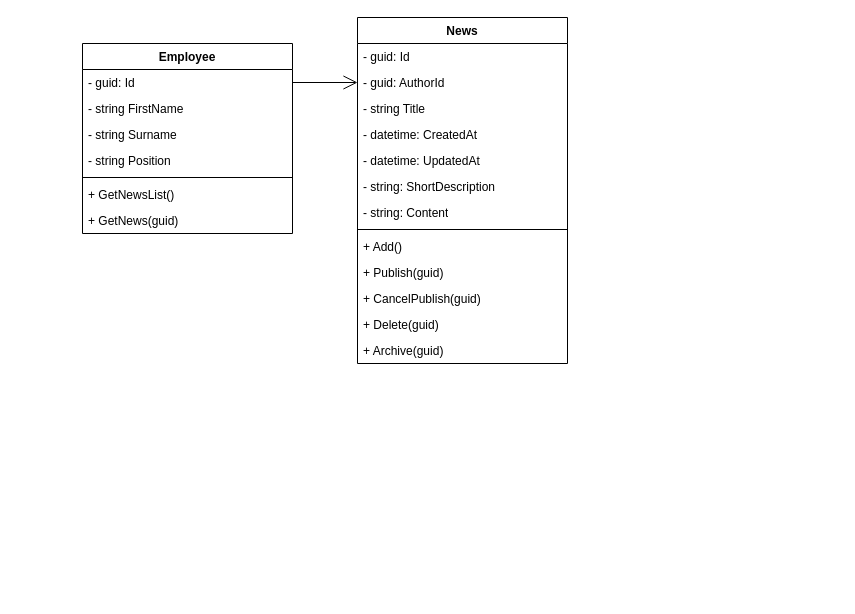
This is Description/Newsfeed/NewsFeedClassDiagram.drawio from Fox5113/corporate-social-system, a draw.io file, before an edit. Source tidied: cells renumbered, new cells numbered last; positions are measured from the earlier drawing's top-left corner, leaving out a move shared by most shapes. Both pictures are drawn from the tidied source at 100%, with x=0, y=0 at pixel (82, 17).
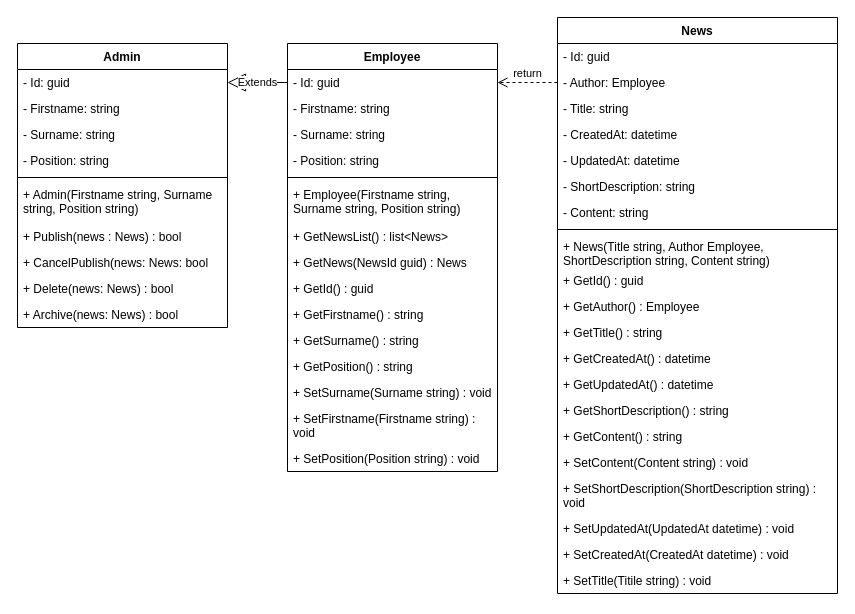
The same diagram, later.

The edit, as a diff of the source:
```diff
@@
     <mxCell id="2" value="Employee" style="swimlane;fontStyle=1;align=center;verticalAlign=top;horizontal=1;startSize=26;whiteSpace=wrap;html=1;" parent="1" vertex="1">
-      <mxGeometry y="26" width="210" height="190" as="geometry" />
+      <mxGeometry x="205" y="26" width="210" height="428" as="geometry" />
     </mxCell>
-    <mxCell id="3" value="- guid: Id" style="text;strokeColor=none;fillColor=none;align=left;verticalAlign=top;spacingLeft=4;spacingRight=4;overflow=hidden;points=[[0,0.5],[1,0.5]];portConstraint=eastwest;whiteSpace=wrap;html=1;" parent="2" vertex="1">
+    <mxCell id="3" value="- Id: guid" style="text;strokeColor=none;fillColor=none;align=left;verticalAlign=top;spacingLeft=4;spacingRight=4;overflow=hidden;points=[[0,0.5],[1,0.5]];portConstraint=eastwest;whiteSpace=wrap;html=1;" parent="2" vertex="1">
       <mxGeometry y="26" width="210" height="26" as="geometry" />
     </mxCell>
-    <mxCell id="4" value="- string FirstName" style="text;strokeColor=none;fillColor=none;align=left;verticalAlign=top;spacingLeft=4;spacingRight=4;overflow=hidden;whiteSpace=wrap;html=1;" parent="2" vertex="1">
+    <mxCell id="4" value="- Firstname: string" style="text;strokeColor=none;fillColor=none;align=left;verticalAlign=top;spacingLeft=4;spacingRight=4;overflow=hidden;whiteSpace=wrap;html=1;" parent="2" vertex="1">
       <mxGeometry y="52" width="210" height="26" as="geometry" />
     </mxCell>
-    <mxCell id="5" value="- string Surname" style="text;strokeColor=none;fillColor=none;align=left;verticalAlign=top;spacingLeft=4;spacingRight=4;overflow=hidden;whiteSpace=wrap;html=1;" parent="2" vertex="1">
+    <mxCell id="5" value="- Surname: string" style="text;strokeColor=none;fillColor=none;align=left;verticalAlign=top;spacingLeft=4;spacingRight=4;overflow=hidden;whiteSpace=wrap;html=1;" parent="2" vertex="1">
       <mxGeometry y="78" width="210" height="26" as="geometry" />
     </mxCell>
-    <mxCell id="6" value="- string Position" style="text;strokeColor=none;fillColor=none;align=left;verticalAlign=top;spacingLeft=4;spacingRight=4;overflow=hidden;whiteSpace=wrap;html=1;" parent="2" vertex="1">
+    <mxCell id="6" value="- Position: string" style="text;strokeColor=none;fillColor=none;align=left;verticalAlign=top;spacingLeft=4;spacingRight=4;overflow=hidden;whiteSpace=wrap;html=1;" parent="2" vertex="1">
       <mxGeometry y="104" width="210" height="26" as="geometry" />
     </mxCell>
@@
-    <mxCell id="8" value="+ GetNewsList()" style="text;strokeColor=none;fillColor=none;align=left;verticalAlign=top;spacingLeft=4;spacingRight=4;overflow=hidden;whiteSpace=wrap;html=1;" parent="2" vertex="1">
-      <mxGeometry y="138" width="210" height="26" as="geometry" />
+    <mxCell id="8" value="+ Employee(Firstname string, Surname string, Position string)" style="text;strokeColor=none;fillColor=none;align=left;verticalAlign=top;spacingLeft=4;spacingRight=4;overflow=hidden;whiteSpace=wrap;html=1;" parent="2" vertex="1">
+      <mxGeometry y="138" width="210" height="42" as="geometry" />
     </mxCell>
+    <mxCell id="25" value="+ GetNewsList() : list&amp;lt;News&amp;gt;" style="text;strokeColor=none;fillColor=none;align=left;verticalAlign=top;spacingLeft=4;spacingRight=4;overflow=hidden;whiteSpace=wrap;html=1;" parent="2" vertex="1">
+      <mxGeometry y="180" width="210" height="26" as="geometry" />
+    </mxCell>
-    <mxCell id="9" value="+ GetNews(guid)" style="text;strokeColor=none;fillColor=none;align=left;verticalAlign=top;spacingLeft=4;spacingRight=4;overflow=hidden;whiteSpace=wrap;html=1;" parent="2" vertex="1">
-      <mxGeometry y="164" width="210" height="26" as="geometry" />
+    <mxCell id="9" value="+ GetNews(NewsId guid) : News" style="text;strokeColor=none;fillColor=none;align=left;verticalAlign=top;spacingLeft=4;spacingRight=4;overflow=hidden;whiteSpace=wrap;html=1;" parent="2" vertex="1">
+      <mxGeometry y="206" width="210" height="26" as="geometry" />
     </mxCell>
+    <mxCell id="26" value="+ GetId() : guid" style="text;strokeColor=none;fillColor=none;align=left;verticalAlign=top;spacingLeft=4;spacingRight=4;overflow=hidden;whiteSpace=wrap;html=1;" parent="2" vertex="1">
+      <mxGeometry y="232" width="210" height="26" as="geometry" />
+    </mxCell>
+    <mxCell id="27" value="+ GetFirstname() : string" style="text;strokeColor=none;fillColor=none;align=left;verticalAlign=top;spacingLeft=4;spacingRight=4;overflow=hidden;whiteSpace=wrap;html=1;" parent="2" vertex="1">
+      <mxGeometry y="258" width="210" height="26" as="geometry" />
+    </mxCell>
+    <mxCell id="28" value="+ GetSurname() : string" style="text;strokeColor=none;fillColor=none;align=left;verticalAlign=top;spacingLeft=4;spacingRight=4;overflow=hidden;whiteSpace=wrap;html=1;" parent="2" vertex="1">
+      <mxGeometry y="284" width="210" height="26" as="geometry" />
+    </mxCell>
+    <mxCell id="29" value="+ GetPosition() : string" style="text;strokeColor=none;fillColor=none;align=left;verticalAlign=top;spacingLeft=4;spacingRight=4;overflow=hidden;whiteSpace=wrap;html=1;" parent="2" vertex="1">
+      <mxGeometry y="310" width="210" height="26" as="geometry" />
+    </mxCell>
+    <mxCell id="30" value="+ SetSurname(Surname string) : void" style="text;strokeColor=none;fillColor=none;align=left;verticalAlign=top;spacingLeft=4;spacingRight=4;overflow=hidden;whiteSpace=wrap;html=1;" parent="2" vertex="1">
+      <mxGeometry y="336" width="210" height="26" as="geometry" />
+    </mxCell>
+    <mxCell id="31" value="+ SetFirstname(Firstname string) : void" style="text;strokeColor=none;fillColor=none;align=left;verticalAlign=top;spacingLeft=4;spacingRight=4;overflow=hidden;whiteSpace=wrap;html=1;" parent="2" vertex="1">
+      <mxGeometry y="362" width="210" height="40" as="geometry" />
+    </mxCell>
+    <mxCell id="32" value="+ SetPosition(Position string) : void" style="text;strokeColor=none;fillColor=none;align=left;verticalAlign=top;spacingLeft=4;spacingRight=4;overflow=hidden;whiteSpace=wrap;html=1;" parent="2" vertex="1">
+      <mxGeometry y="402" width="210" height="26" as="geometry" />
+    </mxCell>
     <mxCell id="10" value="News" style="swimlane;fontStyle=1;align=center;verticalAlign=top;horizontal=1;startSize=26;whiteSpace=wrap;html=1;" parent="1" vertex="1">
-      <mxGeometry x="275" width="210" height="346" as="geometry" />
+      <mxGeometry x="475" width="280" height="576" as="geometry" />
     </mxCell>
-    <mxCell id="11" value="- guid: Id" style="text;strokeColor=none;fillColor=none;align=left;verticalAlign=top;spacingLeft=4;spacingRight=4;overflow=hidden;whiteSpace=wrap;html=1;" parent="10" vertex="1">
-      <mxGeometry y="26" width="210" height="26" as="geometry" />
+    <mxCell id="11" value="- Id: guid" style="text;strokeColor=none;fillColor=none;align=left;verticalAlign=top;spacingLeft=4;spacingRight=4;overflow=hidden;whiteSpace=wrap;html=1;" parent="10" vertex="1">
+      <mxGeometry y="26" width="280" height="26" as="geometry" />
     </mxCell>
-    <mxCell id="12" value="- guid: AuthorId" style="text;strokeColor=none;fillColor=none;align=left;verticalAlign=top;spacingLeft=4;spacingRight=4;overflow=hidden;points=[[0,0.5],[1,0.5]];portConstraint=eastwest;whiteSpace=wrap;html=1;" parent="10" vertex="1">
-      <mxGeometry y="52" width="210" height="26" as="geometry" />
+    <mxCell id="12" value="- Author: Employee" style="text;strokeColor=none;fillColor=none;align=left;verticalAlign=top;spacingLeft=4;spacingRight=4;overflow=hidden;points=[[0,0.5],[1,0.5]];portConstraint=eastwest;whiteSpace=wrap;html=1;" parent="10" vertex="1">
+      <mxGeometry y="52" width="280" height="26" as="geometry" />
     </mxCell>
-    <mxCell id="13" value="- string Title" style="text;strokeColor=none;fillColor=none;align=left;verticalAlign=top;spacingLeft=4;spacingRight=4;overflow=hidden;whiteSpace=wrap;html=1;" parent="10" vertex="1">
-      <mxGeometry y="78" width="210" height="26" as="geometry" />
+    <mxCell id="13" value="- Title: string" style="text;strokeColor=none;fillColor=none;align=left;verticalAlign=top;spacingLeft=4;spacingRight=4;overflow=hidden;whiteSpace=wrap;html=1;" parent="10" vertex="1">
+      <mxGeometry y="78" width="280" height="26" as="geometry" />
     </mxCell>
-    <mxCell id="14" value="- datetime: CreatedAt" style="text;strokeColor=none;fillColor=none;align=left;verticalAlign=top;spacingLeft=4;spacingRight=4;overflow=hidden;whiteSpace=wrap;html=1;" parent="10" vertex="1">
-      <mxGeometry y="104" width="210" height="26" as="geometry" />
+    <mxCell id="14" value="- CreatedAt: datetime" style="text;strokeColor=none;fillColor=none;align=left;verticalAlign=top;spacingLeft=4;spacingRight=4;overflow=hidden;whiteSpace=wrap;html=1;" parent="10" vertex="1">
+      <mxGeometry y="104" width="280" height="26" as="geometry" />
     </mxCell>
-    <mxCell id="15" value="- datetime: UpdatedAt" style="text;strokeColor=none;fillColor=none;align=left;verticalAlign=top;spacingLeft=4;spacingRight=4;overflow=hidden;whiteSpace=wrap;html=1;" parent="10" vertex="1">
-      <mxGeometry y="130" width="210" height="26" as="geometry" />
+    <mxCell id="15" value="- UpdatedAt: datetime" style="text;strokeColor=none;fillColor=none;align=left;verticalAlign=top;spacingLeft=4;spacingRight=4;overflow=hidden;whiteSpace=wrap;html=1;" parent="10" vertex="1">
+      <mxGeometry y="130" width="280" height="26" as="geometry" />
     </mxCell>
-    <mxCell id="16" value="- string: ShortDescription" style="text;strokeColor=none;fillColor=none;align=left;verticalAlign=top;spacingLeft=4;spacingRight=4;overflow=hidden;whiteSpace=wrap;html=1;" parent="10" vertex="1">
-      <mxGeometry y="156" width="210" height="26" as="geometry" />
+    <mxCell id="16" value="- ShortDescription: string" style="text;strokeColor=none;fillColor=none;align=left;verticalAlign=top;spacingLeft=4;spacingRight=4;overflow=hidden;whiteSpace=wrap;html=1;" parent="10" vertex="1">
+      <mxGeometry y="156" width="280" height="26" as="geometry" />
     </mxCell>
-    <mxCell id="17" value="- string: Content" style="text;strokeColor=none;fillColor=none;align=left;verticalAlign=top;spacingLeft=4;spacingRight=4;overflow=hidden;whiteSpace=wrap;html=1;" parent="10" vertex="1">
-      <mxGeometry y="182" width="210" height="26" as="geometry" />
+    <mxCell id="17" value="- Content: string" style="text;strokeColor=none;fillColor=none;align=left;verticalAlign=top;spacingLeft=4;spacingRight=4;overflow=hidden;whiteSpace=wrap;html=1;" parent="10" vertex="1">
+      <mxGeometry y="182" width="280" height="26" as="geometry" />
     </mxCell>
     <mxCell id="18" style="line;strokeWidth=1;fillColor=none;align=left;verticalAlign=middle;spacingTop=-1;spacingLeft=3;spacingRight=3;labelPosition=right;strokeColor=inherit;" parent="10" vertex="1">
-      <mxGeometry y="208" width="210" height="8" as="geometry" />
+      <mxGeometry y="208" width="280" height="8" as="geometry" />
     </mxCell>
-    <mxCell id="19" value="+ Add()&lt;br&gt;" style="text;strokeColor=none;fillColor=none;align=left;verticalAlign=top;spacingLeft=4;spacingRight=4;overflow=hidden;whiteSpace=wrap;html=1;" parent="10" vertex="1">
-      <mxGeometry y="216" width="210" height="26" as="geometry" />
+    <mxCell id="19" value="+ News(Title string, Author Employee, ShortDescription string, Content string)" style="text;strokeColor=none;fillColor=none;align=left;verticalAlign=top;spacingLeft=4;spacingRight=4;overflow=hidden;whiteSpace=wrap;html=1;" parent="10" vertex="1">
+      <mxGeometry y="216" width="280" height="34" as="geometry" />
     </mxCell>
-    <mxCell id="20" value="+ Publish(guid)" style="text;strokeColor=none;fillColor=none;align=left;verticalAlign=top;spacingLeft=4;spacingRight=4;overflow=hidden;whiteSpace=wrap;html=1;" parent="10" vertex="1">
-      <mxGeometry y="242" width="210" height="26" as="geometry" />
-    </mxCell>
-    <mxCell id="21" value="+ CancelPublish(guid)&amp;nbsp;" style="text;strokeColor=none;fillColor=none;align=left;verticalAlign=top;spacingLeft=4;spacingRight=4;overflow=hidden;whiteSpace=wrap;html=1;" parent="10" vertex="1">
-      <mxGeometry y="268" width="210" height="26" as="geometry" />
-    </mxCell>
-    <mxCell id="22" value="+ Delete(guid)&amp;nbsp;" style="text;strokeColor=none;fillColor=none;align=left;verticalAlign=top;spacingLeft=4;spacingRight=4;overflow=hidden;whiteSpace=wrap;html=1;" parent="10" vertex="1">
-      <mxGeometry y="294" width="210" height="26" as="geometry" />
-    </mxCell>
-    <mxCell id="23" value="+ Archive(guid)" style="text;strokeColor=none;fillColor=none;align=left;verticalAlign=top;spacingLeft=4;spacingRight=4;overflow=hidden;whiteSpace=wrap;html=1;" parent="10" vertex="1">
-      <mxGeometry y="320" width="210" height="26" as="geometry" />
-    </mxCell>
-    <mxCell id="24" style="endArrow=open;endFill=1;endSize=12;html=1;exitX=1;exitY=0.5;exitDx=0;exitDy=0;entryX=0;entryY=0.5;entryDx=0;entryDy=0;" parent="1" edge="1" source="3" target="12">
-      <mxGeometry relative="1" as="geometry" />
-    </mxCell>
+    <mxCell id="33" value="+ GetId() : guid" style="text;strokeColor=none;fillColor=none;align=left;verticalAlign=top;spacingLeft=4;spacingRight=4;overflow=hidden;whiteSpace=wrap;html=1;" parent="10" vertex="1">
+      <mxGeometry y="250" width="280" height="26" as="geometry" />
+    </mxCell>
+    <mxCell id="34" value="+ GetAuthor() : Employee" style="text;strokeColor=none;fillColor=none;align=left;verticalAlign=top;spacingLeft=4;spacingRight=4;overflow=hidden;whiteSpace=wrap;html=1;" parent="10" vertex="1">
+      <mxGeometry y="276" width="280" height="26" as="geometry" />
+    </mxCell>
+    <mxCell id="35" value="+ GetTitle() : string" style="text;strokeColor=none;fillColor=none;align=left;verticalAlign=top;spacingLeft=4;spacingRight=4;overflow=hidden;whiteSpace=wrap;html=1;" parent="10" vertex="1">
+      <mxGeometry y="302" width="280" height="26" as="geometry" />
+    </mxCell>
+    <mxCell id="36" value="+ GetCreatedAt() : datetime" style="text;strokeColor=none;fillColor=none;align=left;verticalAlign=top;spacingLeft=4;spacingRight=4;overflow=hidden;whiteSpace=wrap;html=1;" parent="10" vertex="1">
+      <mxGeometry y="328" width="280" height="26" as="geometry" />
+    </mxCell>
+    <mxCell id="37" value="+ GetUpdatedAt() : datetime" style="text;strokeColor=none;fillColor=none;align=left;verticalAlign=top;spacingLeft=4;spacingRight=4;overflow=hidden;whiteSpace=wrap;html=1;" parent="10" vertex="1">
+      <mxGeometry y="354" width="280" height="26" as="geometry" />
+    </mxCell>
+    <mxCell id="38" value="+ GetShortDescription() : string" style="text;strokeColor=none;fillColor=none;align=left;verticalAlign=top;spacingLeft=4;spacingRight=4;overflow=hidden;whiteSpace=wrap;html=1;" parent="10" vertex="1">
+      <mxGeometry y="380" width="280" height="26" as="geometry" />
+    </mxCell>
+    <mxCell id="39" value="+ GetContent() : string" style="text;strokeColor=none;fillColor=none;align=left;verticalAlign=top;spacingLeft=4;spacingRight=4;overflow=hidden;whiteSpace=wrap;html=1;" parent="10" vertex="1">
+      <mxGeometry y="406" width="280" height="26" as="geometry" />
+    </mxCell>
+    <mxCell id="40" value="+ SetContent(Content string) : void" style="text;strokeColor=none;fillColor=none;align=left;verticalAlign=top;spacingLeft=4;spacingRight=4;overflow=hidden;whiteSpace=wrap;html=1;" parent="10" vertex="1">
+      <mxGeometry y="432" width="280" height="26" as="geometry" />
+    </mxCell>
+    <mxCell id="41" value="+ SetShortDescription(ShortDescription string) : void" style="text;strokeColor=none;fillColor=none;align=left;verticalAlign=top;spacingLeft=4;spacingRight=4;overflow=hidden;whiteSpace=wrap;html=1;" parent="10" vertex="1">
+      <mxGeometry y="458" width="280" height="40" as="geometry" />
+    </mxCell>
+    <mxCell id="42" value="+ SetUpdatedAt(UpdatedAt datetime) : void" style="text;strokeColor=none;fillColor=none;align=left;verticalAlign=top;spacingLeft=4;spacingRight=4;overflow=hidden;whiteSpace=wrap;html=1;" parent="10" vertex="1">
+      <mxGeometry y="498" width="280" height="26" as="geometry" />
+    </mxCell>
+    <mxCell id="43" value="+ SetCreatedAt(CreatedAt datetime) : void" style="text;strokeColor=none;fillColor=none;align=left;verticalAlign=top;spacingLeft=4;spacingRight=4;overflow=hidden;whiteSpace=wrap;html=1;" parent="10" vertex="1">
+      <mxGeometry y="524" width="280" height="26" as="geometry" />
+    </mxCell>
+    <mxCell id="44" value="+ SetTitle(Titile string) : void" style="text;strokeColor=none;fillColor=none;align=left;verticalAlign=top;spacingLeft=4;spacingRight=4;overflow=hidden;whiteSpace=wrap;html=1;" parent="10" vertex="1">
+      <mxGeometry y="550" width="280" height="26" as="geometry" />
+    </mxCell>
+    <mxCell id="45" value="Admin" style="swimlane;fontStyle=1;align=center;verticalAlign=top;horizontal=1;startSize=26;whiteSpace=wrap;html=1;" parent="1" vertex="1">
+      <mxGeometry x="-65" y="26" width="210" height="284" as="geometry" />
+    </mxCell>
+    <mxCell id="46" value="- Id: guid" style="text;strokeColor=none;fillColor=none;align=left;verticalAlign=top;spacingLeft=4;spacingRight=4;overflow=hidden;points=[[0,0.5],[1,0.5]];portConstraint=eastwest;whiteSpace=wrap;html=1;" parent="45" vertex="1">
+      <mxGeometry y="26" width="210" height="26" as="geometry" />
+    </mxCell>
+    <mxCell id="47" value="- Firstname: string" style="text;strokeColor=none;fillColor=none;align=left;verticalAlign=top;spacingLeft=4;spacingRight=4;overflow=hidden;whiteSpace=wrap;html=1;" parent="45" vertex="1">
+      <mxGeometry y="52" width="210" height="26" as="geometry" />
+    </mxCell>
+    <mxCell id="48" value="- Surname: string" style="text;strokeColor=none;fillColor=none;align=left;verticalAlign=top;spacingLeft=4;spacingRight=4;overflow=hidden;whiteSpace=wrap;html=1;" parent="45" vertex="1">
+      <mxGeometry y="78" width="210" height="26" as="geometry" />
+    </mxCell>
+    <mxCell id="49" value="- Position: string" style="text;strokeColor=none;fillColor=none;align=left;verticalAlign=top;spacingLeft=4;spacingRight=4;overflow=hidden;whiteSpace=wrap;html=1;" parent="45" vertex="1">
+      <mxGeometry y="104" width="210" height="26" as="geometry" />
+    </mxCell>
+    <mxCell id="50" style="line;strokeWidth=1;fillColor=none;align=left;verticalAlign=middle;spacingTop=-1;spacingLeft=3;spacingRight=3;labelPosition=right;strokeColor=inherit;" parent="45" vertex="1">
+      <mxGeometry y="130" width="210" height="8" as="geometry" />
+    </mxCell>
+    <mxCell id="51" value="+ Admin(Firstname string, Surname string, Position string)" style="text;strokeColor=none;fillColor=none;align=left;verticalAlign=top;spacingLeft=4;spacingRight=4;overflow=hidden;whiteSpace=wrap;html=1;" parent="45" vertex="1">
+      <mxGeometry y="138" width="210" height="42" as="geometry" />
+    </mxCell>
+    <mxCell id="52" value="+ Publish(news : News) : bool" style="text;strokeColor=none;fillColor=none;align=left;verticalAlign=top;spacingLeft=4;spacingRight=4;overflow=hidden;whiteSpace=wrap;html=1;" parent="45" vertex="1">
+      <mxGeometry y="180" width="210" height="26" as="geometry" />
+    </mxCell>
+    <mxCell id="53" value="+ CancelPublish(news: News: bool" style="text;strokeColor=none;fillColor=none;align=left;verticalAlign=top;spacingLeft=4;spacingRight=4;overflow=hidden;whiteSpace=wrap;html=1;" parent="45" vertex="1">
+      <mxGeometry y="206" width="210" height="26" as="geometry" />
+    </mxCell>
+    <mxCell id="54" value="+ Delete(news: News) : bool" style="text;strokeColor=none;fillColor=none;align=left;verticalAlign=top;spacingLeft=4;spacingRight=4;overflow=hidden;whiteSpace=wrap;html=1;" parent="45" vertex="1">
+      <mxGeometry y="232" width="210" height="26" as="geometry" />
+    </mxCell>
+    <mxCell id="55" value="+ Archive(news: News) : bool" style="text;strokeColor=none;fillColor=none;align=left;verticalAlign=top;spacingLeft=4;spacingRight=4;overflow=hidden;whiteSpace=wrap;html=1;" parent="45" vertex="1">
+      <mxGeometry y="258" width="210" height="26" as="geometry" />
+    </mxCell>
+    <mxCell id="56" value="Extends" style="endArrow=block;endSize=16;endFill=0;html=1;exitX=0;exitY=0.5;exitDx=0;exitDy=0;entryX=1;entryY=0.5;entryDx=0;entryDy=0;" parent="1" edge="1" source="3" target="46">
+      <mxGeometry relative="1" as="geometry" />
+    </mxCell>
+    <mxCell id="57" value="return" style="html=1;verticalAlign=bottom;endArrow=open;dashed=1;endSize=8;exitX=0;exitY=0.5;exitDx=0;exitDy=0;entryX=1;entryY=0.5;entryDx=0;entryDy=0;" parent="1" edge="1" source="12" target="3">
+      <mxGeometry relative="1" as="geometry" />
+    </mxCell>
```
